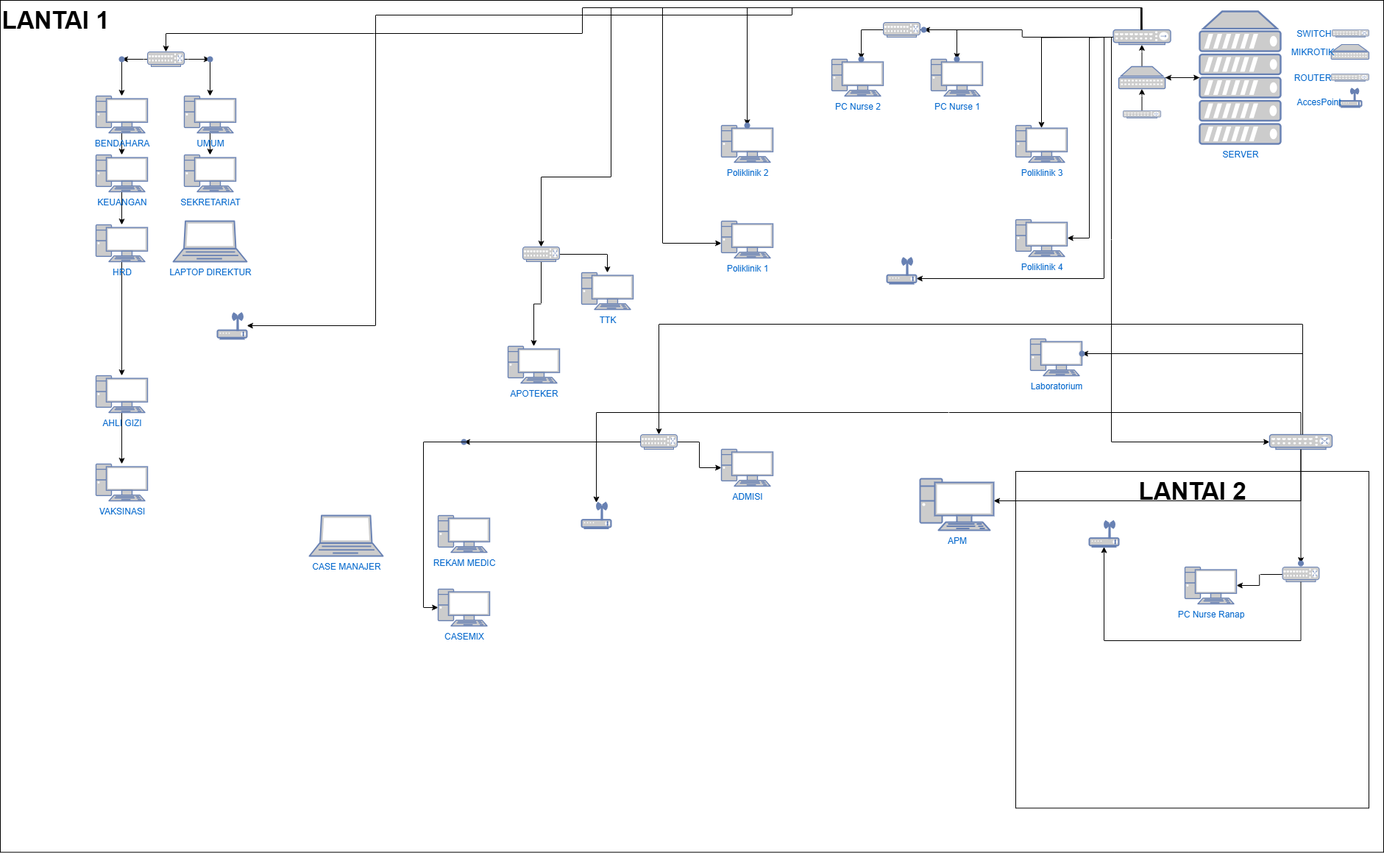
Earlier version of the draw.io export Topologi_HMG.drawio.png (maul225/Project-1). Source tidied: cells renumbered, new cells last; positions are measured from the earlier drawing's top-left corner, leaving out a move shared by most shapes.
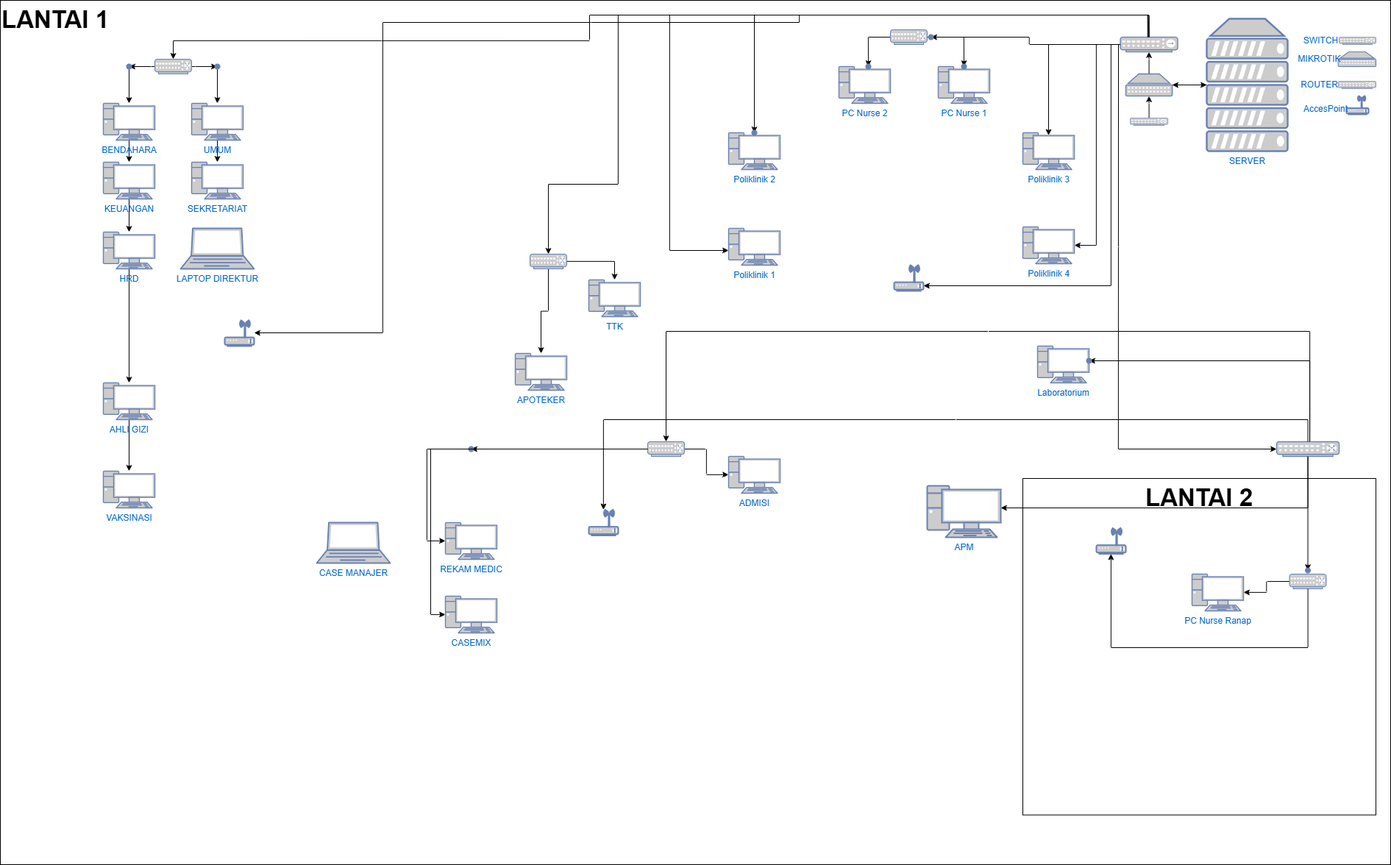
After the commit.

The edit, as a diff of the source:
```diff
@@ -345,8 +345,16 @@
     <mxCell id="89" style="shape=waypoint;sketch=0;size=6;points=[];fillColor=#CCCCCC;perimeter=centerPerimeter;snapToPoint=1;verticalAlign=top;strokeColor=#6881B3;fontColor=#0066CC;gradientColor=none;gradientDirection=north;strokeWidth=2;" parent="1" vertex="1">
       <mxGeometry x="155" y="70" width="20" height="20" as="geometry" />
     </mxCell>
+    <mxCell id="91" style="edgeStyle=orthogonalEdgeStyle;rounded=0;jettySize=auto;html=1;exitX=0;exitY=0.5;exitDx=0;exitDy=0;exitPerimeter=0;" parent="1" edge="1" source="69" target="16">
+      <mxGeometry relative="1" as="geometry">
+        <Array as="points">
+          <mxPoint x="570" y="600" />
+          <mxPoint x="570" y="725" />
+        </Array>
+      </mxGeometry>
+    </mxCell>
     <mxCell id="90" value="LANTAI 1" style="text;strokeColor=default;align=left;fillColor=none;html=1;verticalAlign=top;whiteSpace=wrap;rounded=0;fontStyle=1;fontSize=33;" parent="1" vertex="1">
-      <mxGeometry width="1880" height="1157.5" as="geometry" />
+      <mxGeometry x="-10" y="-10" width="1890" height="1175" as="geometry" />
     </mxCell>
   </root>
 </mxGraphModel>
```
